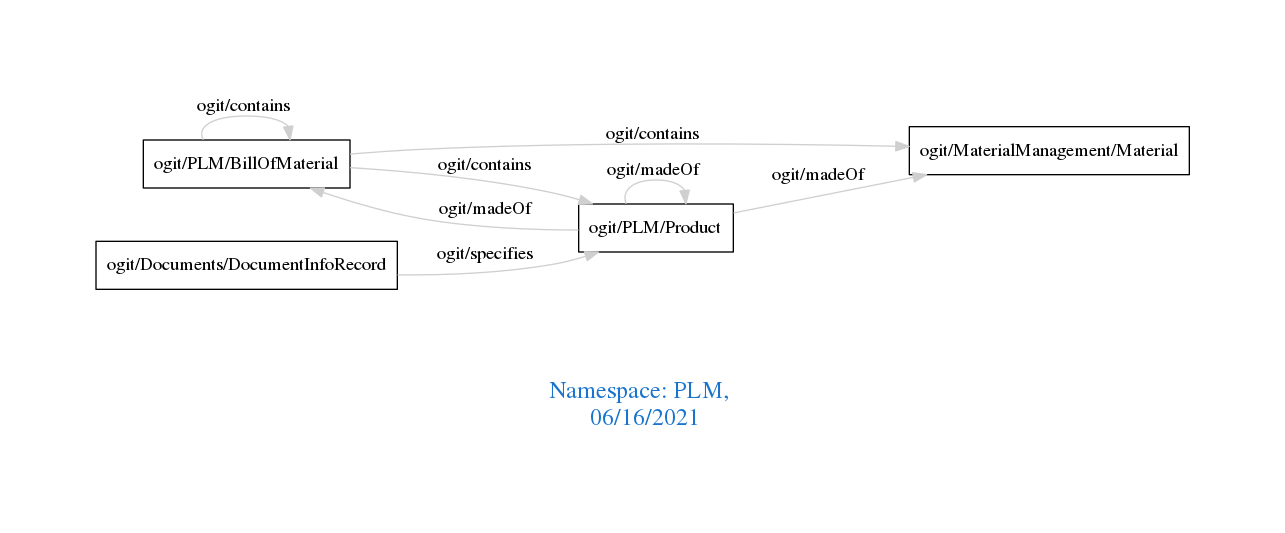
arago/OGIT keeps this Graphviz diagram as downloads/PLM.png. Above is the earlier version. Its source is kept beside it as downloads/PLM.dot.
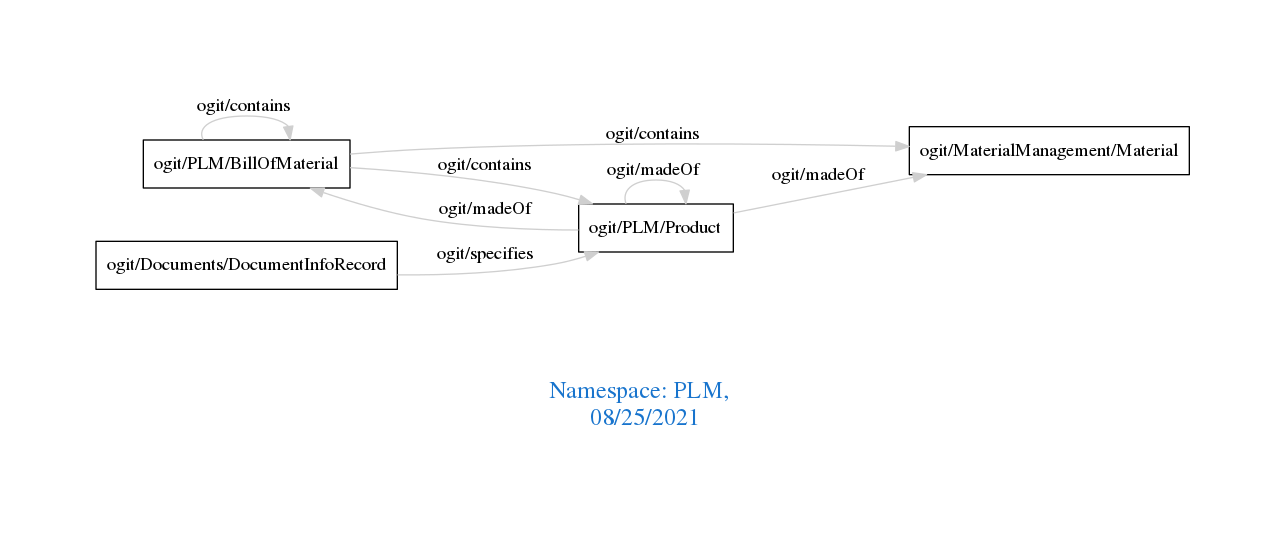
Later version of the same file.

The edit, as a diff of the source:
```diff
@@ -1,7 +1,7 @@
 digraph OGIT_ontology {
  graph [ rankdir= LR,pad=1
 fontsize = 18,
-fontcolor= dodgerblue3,label = "\n\n\nNamespace: PLM, \n 06/16/2021"];
+fontcolor= dodgerblue3,label = "\n\n\nNamespace: PLM, \n 08/25/2021"];
 node[shape=polygon];
 edge [  color="gray81"];
 
```
